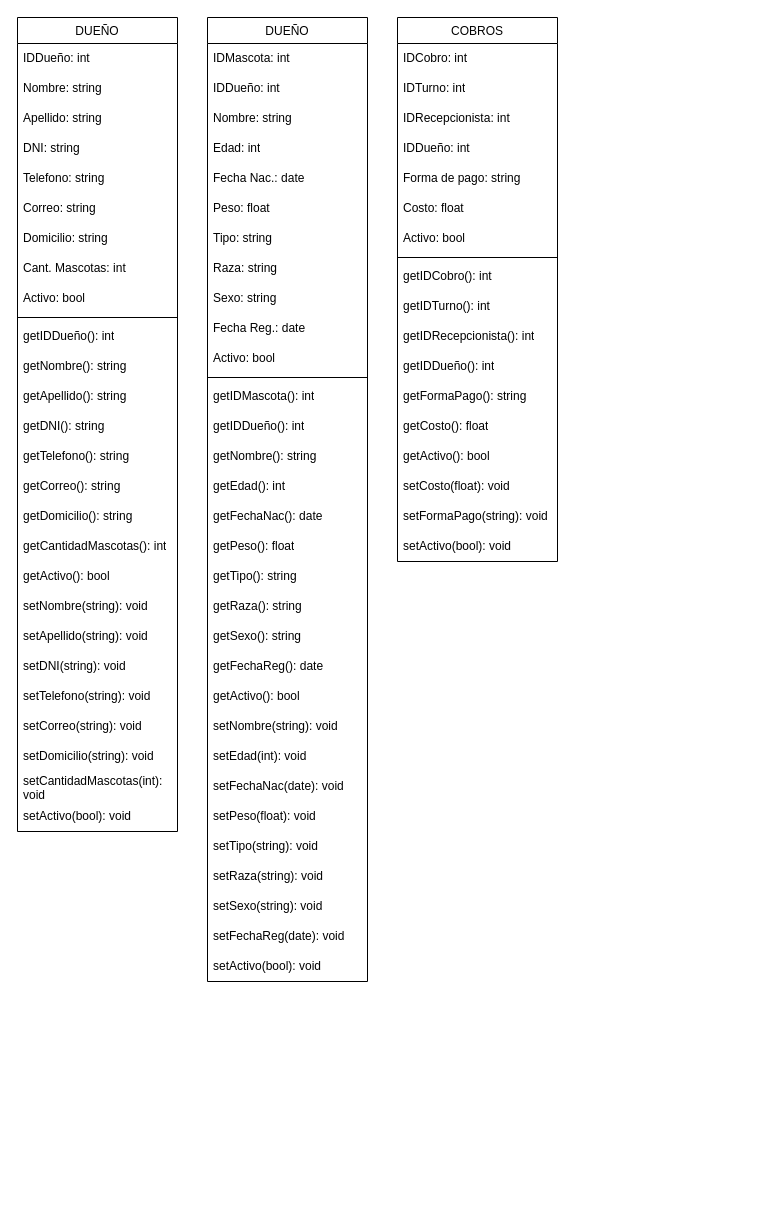
This is dominio-tp-integrador-7a.drawio from Agustinrodriguez2503/tp-integrador-equipo-7A, a draw.io file, before an edit. Source tidied: cells renumbered, new cells numbered last; positions are measured from the earlier drawing's top-left corner, leaving out a move shared by most shapes. Both pictures are drawn from the tidied source at 100%, with x=0, y=0 at pixel (17, 17).
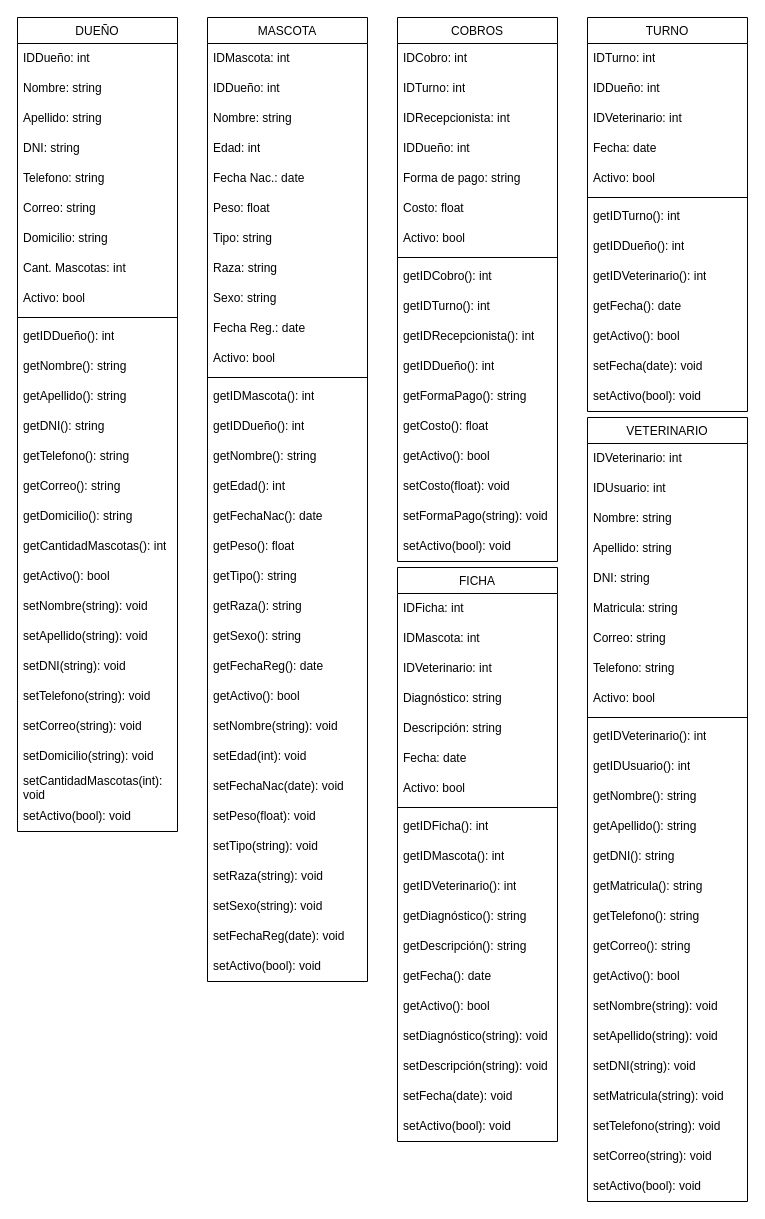
The same diagram, later.

Commit message:
clases de dominio ficha, veterinario y turno

What changed in the source:
```diff
@@
-    <mxCell id="30" value="&lt;span style=&quot;font-weight: 400;&quot;&gt;DUEÑO&lt;/span&gt;" style="swimlane;fontStyle=1;align=center;verticalAlign=top;horizontal=1;startSize=26;whiteSpace=wrap;html=1;" parent="1" vertex="1">
+    <mxCell id="30" value="&lt;span style=&quot;font-weight: 400;&quot;&gt;MASCOTA&lt;/span&gt;" style="swimlane;fontStyle=1;align=center;verticalAlign=top;horizontal=1;startSize=26;whiteSpace=wrap;html=1;" parent="1" vertex="1">
       <mxGeometry x="190" width="160" height="964" as="geometry" />
     </mxCell>
@@
+    <mxCell id="82" value="&lt;span style=&quot;font-weight: 400;&quot;&gt;TURNO&lt;/span&gt;" style="swimlane;fontStyle=1;align=center;verticalAlign=top;horizontal=1;startSize=26;whiteSpace=wrap;html=1;" parent="1" vertex="1">
+      <mxGeometry x="570" width="160" height="394" as="geometry" />
+    </mxCell>
+    <mxCell id="83" value="IDTurno: int" style="text;strokeColor=none;fillColor=none;align=left;verticalAlign=middle;spacingLeft=4;spacingRight=4;overflow=hidden;whiteSpace=wrap;html=1;" parent="82" vertex="1">
+      <mxGeometry y="26" width="160" height="30" as="geometry" />
+    </mxCell>
+    <mxCell id="84" value="IDDueño: int" style="text;strokeColor=none;fillColor=none;align=left;verticalAlign=middle;spacingLeft=4;spacingRight=4;overflow=hidden;whiteSpace=wrap;html=1;" parent="82" vertex="1">
+      <mxGeometry y="56" width="160" height="30" as="geometry" />
+    </mxCell>
+    <mxCell id="85" value="IDVeterinario: int" style="text;strokeColor=none;fillColor=none;align=left;verticalAlign=middle;spacingLeft=4;spacingRight=4;overflow=hidden;whiteSpace=wrap;html=1;" parent="82" vertex="1">
+      <mxGeometry y="86" width="160" height="30" as="geometry" />
+    </mxCell>
+    <mxCell id="86" value="Fecha: date" style="text;strokeColor=none;fillColor=none;align=left;verticalAlign=middle;spacingLeft=4;spacingRight=4;overflow=hidden;whiteSpace=wrap;html=1;" parent="82" vertex="1">
+      <mxGeometry y="116" width="160" height="30" as="geometry" />
+    </mxCell>
+    <mxCell id="87" value="Activo: bool" style="text;strokeColor=none;fillColor=none;align=left;verticalAlign=middle;spacingLeft=4;spacingRight=4;overflow=hidden;whiteSpace=wrap;html=1;" parent="82" vertex="1">
+      <mxGeometry y="146" width="160" height="30" as="geometry" />
+    </mxCell>
+    <mxCell id="88" style="line;strokeWidth=1;fillColor=none;align=left;verticalAlign=middle;spacingTop=-1;spacingLeft=3;spacingRight=3;labelPosition=right;strokeColor=inherit;" parent="82" vertex="1">
+      <mxGeometry y="176" width="160" height="8" as="geometry" />
+    </mxCell>
+    <mxCell id="89" value="getIDTurno(): int" style="text;strokeColor=none;fillColor=none;align=left;verticalAlign=middle;spacingLeft=4;spacingRight=4;overflow=hidden;whiteSpace=wrap;html=1;" parent="82" vertex="1">
+      <mxGeometry y="184" width="160" height="30" as="geometry" />
+    </mxCell>
+    <mxCell id="90" value="getIDDueño(): int" style="text;strokeColor=none;fillColor=none;align=left;verticalAlign=middle;spacingLeft=4;spacingRight=4;overflow=hidden;whiteSpace=wrap;html=1;" parent="82" vertex="1">
+      <mxGeometry y="214" width="160" height="30" as="geometry" />
+    </mxCell>
+    <mxCell id="91" value="getIDVeterinario(): int" style="text;strokeColor=none;fillColor=none;align=left;verticalAlign=middle;spacingLeft=4;spacingRight=4;overflow=hidden;whiteSpace=wrap;html=1;" parent="82" vertex="1">
+      <mxGeometry y="244" width="160" height="30" as="geometry" />
+    </mxCell>
+    <mxCell id="92" value="getFecha(): date" style="text;strokeColor=none;fillColor=none;align=left;verticalAlign=middle;spacingLeft=4;spacingRight=4;overflow=hidden;whiteSpace=wrap;html=1;" parent="82" vertex="1">
+      <mxGeometry y="274" width="160" height="30" as="geometry" />
+    </mxCell>
+    <mxCell id="93" value="getActivo(): bool" style="text;strokeColor=none;fillColor=none;align=left;verticalAlign=middle;spacingLeft=4;spacingRight=4;overflow=hidden;whiteSpace=wrap;html=1;" parent="82" vertex="1">
+      <mxGeometry y="304" width="160" height="30" as="geometry" />
+    </mxCell>
+    <mxCell id="94" value="setFecha(date): void" style="text;strokeColor=none;fillColor=none;align=left;verticalAlign=middle;spacingLeft=4;spacingRight=4;overflow=hidden;whiteSpace=wrap;html=1;" parent="82" vertex="1">
+      <mxGeometry y="334" width="160" height="30" as="geometry" />
+    </mxCell>
+    <mxCell id="95" value="setActivo(bool): void" style="text;strokeColor=none;fillColor=none;align=left;verticalAlign=middle;spacingLeft=4;spacingRight=4;overflow=hidden;whiteSpace=wrap;html=1;" parent="82" vertex="1">
+      <mxGeometry y="364" width="160" height="30" as="geometry" />
+    </mxCell>
+    <mxCell id="96" value="&lt;span style=&quot;font-weight: 400;&quot;&gt;FICHA&lt;/span&gt;" style="swimlane;fontStyle=1;align=center;verticalAlign=top;horizontal=1;startSize=26;whiteSpace=wrap;html=1;" parent="1" vertex="1">
+      <mxGeometry x="380" y="550" width="160" height="574" as="geometry" />
+    </mxCell>
+    <mxCell id="97" value="IDFicha: int" style="text;strokeColor=none;fillColor=none;align=left;verticalAlign=middle;spacingLeft=4;spacingRight=4;overflow=hidden;whiteSpace=wrap;html=1;" parent="96" vertex="1">
+      <mxGeometry y="26" width="160" height="30" as="geometry" />
+    </mxCell>
+    <mxCell id="98" value="IDMascota: int" style="text;strokeColor=none;fillColor=none;align=left;verticalAlign=middle;spacingLeft=4;spacingRight=4;overflow=hidden;whiteSpace=wrap;html=1;" parent="96" vertex="1">
+      <mxGeometry y="56" width="160" height="30" as="geometry" />
+    </mxCell>
+    <mxCell id="99" value="IDVeterinario: int" style="text;strokeColor=none;fillColor=none;align=left;verticalAlign=middle;spacingLeft=4;spacingRight=4;overflow=hidden;whiteSpace=wrap;html=1;" parent="96" vertex="1">
+      <mxGeometry y="86" width="160" height="30" as="geometry" />
+    </mxCell>
+    <mxCell id="100" value="Diagnóstico: string" style="text;strokeColor=none;fillColor=none;align=left;verticalAlign=middle;spacingLeft=4;spacingRight=4;overflow=hidden;whiteSpace=wrap;html=1;" parent="96" vertex="1">
+      <mxGeometry y="116" width="160" height="30" as="geometry" />
+    </mxCell>
+    <mxCell id="101" value="Descripción: string" style="text;strokeColor=none;fillColor=none;align=left;verticalAlign=middle;spacingLeft=4;spacingRight=4;overflow=hidden;whiteSpace=wrap;html=1;" parent="96" vertex="1">
+      <mxGeometry y="146" width="160" height="30" as="geometry" />
+    </mxCell>
+    <mxCell id="102" value="Fecha: date" style="text;strokeColor=none;fillColor=none;align=left;verticalAlign=middle;spacingLeft=4;spacingRight=4;overflow=hidden;whiteSpace=wrap;html=1;" parent="96" vertex="1">
+      <mxGeometry y="176" width="160" height="30" as="geometry" />
+    </mxCell>
+    <mxCell id="103" value="Activo: bool" style="text;strokeColor=none;fillColor=none;align=left;verticalAlign=middle;spacingLeft=4;spacingRight=4;overflow=hidden;whiteSpace=wrap;html=1;" parent="96" vertex="1">
+      <mxGeometry y="206" width="160" height="30" as="geometry" />
+    </mxCell>
+    <mxCell id="104" style="line;strokeWidth=1;fillColor=none;align=left;verticalAlign=middle;spacingTop=-1;spacingLeft=3;spacingRight=3;labelPosition=right;strokeColor=inherit;" parent="96" vertex="1">
+      <mxGeometry y="236" width="160" height="8" as="geometry" />
+    </mxCell>
+    <mxCell id="105" value="getIDFicha(): int" style="text;strokeColor=none;fillColor=none;align=left;verticalAlign=middle;spacingLeft=4;spacingRight=4;overflow=hidden;whiteSpace=wrap;html=1;" parent="96" vertex="1">
+      <mxGeometry y="244" width="160" height="30" as="geometry" />
+    </mxCell>
+    <mxCell id="106" value="getIDMascota(): int" style="text;strokeColor=none;fillColor=none;align=left;verticalAlign=middle;spacingLeft=4;spacingRight=4;overflow=hidden;whiteSpace=wrap;html=1;" parent="96" vertex="1">
+      <mxGeometry y="274" width="160" height="30" as="geometry" />
+    </mxCell>
+    <mxCell id="107" value="getIDVeterinario(): int" style="text;strokeColor=none;fillColor=none;align=left;verticalAlign=middle;spacingLeft=4;spacingRight=4;overflow=hidden;whiteSpace=wrap;html=1;" parent="96" vertex="1">
+      <mxGeometry y="304" width="160" height="30" as="geometry" />
+    </mxCell>
+    <mxCell id="108" value="getDiagnóstico(): string" style="text;strokeColor=none;fillColor=none;align=left;verticalAlign=middle;spacingLeft=4;spacingRight=4;overflow=hidden;whiteSpace=wrap;html=1;" parent="96" vertex="1">
+      <mxGeometry y="334" width="160" height="30" as="geometry" />
+    </mxCell>
+    <mxCell id="109" value="getDescripción(): string" style="text;strokeColor=none;fillColor=none;align=left;verticalAlign=middle;spacingLeft=4;spacingRight=4;overflow=hidden;whiteSpace=wrap;html=1;" parent="96" vertex="1">
+      <mxGeometry y="364" width="160" height="30" as="geometry" />
+    </mxCell>
+    <mxCell id="110" value="getFecha(): date" style="text;strokeColor=none;fillColor=none;align=left;verticalAlign=middle;spacingLeft=4;spacingRight=4;overflow=hidden;whiteSpace=wrap;html=1;" parent="96" vertex="1">
+      <mxGeometry y="394" width="160" height="30" as="geometry" />
+    </mxCell>
+    <mxCell id="111" value="getActivo&lt;span style=&quot;background-color: initial;&quot;&gt;(): bool&lt;/span&gt;" style="text;strokeColor=none;fillColor=none;align=left;verticalAlign=middle;spacingLeft=4;spacingRight=4;overflow=hidden;whiteSpace=wrap;html=1;" parent="96" vertex="1">
+      <mxGeometry y="424" width="160" height="30" as="geometry" />
+    </mxCell>
+    <mxCell id="112" value="setDiagnóstico(string): void" style="text;strokeColor=none;fillColor=none;align=left;verticalAlign=middle;spacingLeft=4;spacingRight=4;overflow=hidden;whiteSpace=wrap;html=1;" parent="96" vertex="1">
+      <mxGeometry y="454" width="160" height="30" as="geometry" />
+    </mxCell>
+    <mxCell id="113" value="setDescripción(string): void" style="text;strokeColor=none;fillColor=none;align=left;verticalAlign=middle;spacingLeft=4;spacingRight=4;overflow=hidden;whiteSpace=wrap;html=1;" parent="96" vertex="1">
+      <mxGeometry y="484" width="160" height="30" as="geometry" />
+    </mxCell>
+    <mxCell id="114" value="setFecha(date): void" style="text;strokeColor=none;fillColor=none;align=left;verticalAlign=middle;spacingLeft=4;spacingRight=4;overflow=hidden;whiteSpace=wrap;html=1;" parent="96" vertex="1">
+      <mxGeometry y="514" width="160" height="30" as="geometry" />
+    </mxCell>
+    <mxCell id="115" value="setActivo(bool): void" style="text;strokeColor=none;fillColor=none;align=left;verticalAlign=middle;spacingLeft=4;spacingRight=4;overflow=hidden;whiteSpace=wrap;html=1;" parent="96" vertex="1">
+      <mxGeometry y="544" width="160" height="30" as="geometry" />
+    </mxCell>
+    <mxCell id="116" value="&lt;span style=&quot;font-weight: 400;&quot;&gt;VETERINARIO&lt;/span&gt;" style="swimlane;fontStyle=1;align=center;verticalAlign=top;horizontal=1;startSize=26;whiteSpace=wrap;html=1;" parent="1" vertex="1">
+      <mxGeometry x="570" y="400" width="160" height="784" as="geometry" />
+    </mxCell>
+    <mxCell id="117" value="IDVeterinario: int" style="text;strokeColor=none;fillColor=none;align=left;verticalAlign=middle;spacingLeft=4;spacingRight=4;overflow=hidden;whiteSpace=wrap;html=1;" parent="116" vertex="1">
+      <mxGeometry y="26" width="160" height="30" as="geometry" />
+    </mxCell>
+    <mxCell id="118" value="IDUsuario: int" style="text;strokeColor=none;fillColor=none;align=left;verticalAlign=middle;spacingLeft=4;spacingRight=4;overflow=hidden;whiteSpace=wrap;html=1;" parent="116" vertex="1">
+      <mxGeometry y="56" width="160" height="30" as="geometry" />
+    </mxCell>
+    <mxCell id="119" value="Nombre: string" style="text;strokeColor=none;fillColor=none;align=left;verticalAlign=middle;spacingLeft=4;spacingRight=4;overflow=hidden;whiteSpace=wrap;html=1;" parent="116" vertex="1">
+      <mxGeometry y="86" width="160" height="30" as="geometry" />
+    </mxCell>
+    <mxCell id="120" value="Apellido: string" style="text;strokeColor=none;fillColor=none;align=left;verticalAlign=middle;spacingLeft=4;spacingRight=4;overflow=hidden;whiteSpace=wrap;html=1;" parent="116" vertex="1">
+      <mxGeometry y="116" width="160" height="30" as="geometry" />
+    </mxCell>
+    <mxCell id="121" value="DNI: string" style="text;strokeColor=none;fillColor=none;align=left;verticalAlign=middle;spacingLeft=4;spacingRight=4;overflow=hidden;whiteSpace=wrap;html=1;" parent="116" vertex="1">
+      <mxGeometry y="146" width="160" height="30" as="geometry" />
+    </mxCell>
+    <mxCell id="122" value="Matricula: string" style="text;strokeColor=none;fillColor=none;align=left;verticalAlign=middle;spacingLeft=4;spacingRight=4;overflow=hidden;whiteSpace=wrap;html=1;" parent="116" vertex="1">
+      <mxGeometry y="176" width="160" height="30" as="geometry" />
+    </mxCell>
+    <mxCell id="123" value="Correo: string" style="text;strokeColor=none;fillColor=none;align=left;verticalAlign=middle;spacingLeft=4;spacingRight=4;overflow=hidden;whiteSpace=wrap;html=1;" parent="116" vertex="1">
+      <mxGeometry y="206" width="160" height="30" as="geometry" />
+    </mxCell>
+    <mxCell id="124" value="Telefono: string" style="text;strokeColor=none;fillColor=none;align=left;verticalAlign=middle;spacingLeft=4;spacingRight=4;overflow=hidden;whiteSpace=wrap;html=1;" parent="116" vertex="1">
+      <mxGeometry y="236" width="160" height="30" as="geometry" />
+    </mxCell>
+    <mxCell id="125" value="Activo: bool" style="text;strokeColor=none;fillColor=none;align=left;verticalAlign=middle;spacingLeft=4;spacingRight=4;overflow=hidden;whiteSpace=wrap;html=1;" parent="116" vertex="1">
+      <mxGeometry y="266" width="160" height="30" as="geometry" />
+    </mxCell>
+    <mxCell id="126" style="line;strokeWidth=1;fillColor=none;align=left;verticalAlign=middle;spacingTop=-1;spacingLeft=3;spacingRight=3;labelPosition=right;strokeColor=inherit;" parent="116" vertex="1">
+      <mxGeometry y="296" width="160" height="8" as="geometry" />
+    </mxCell>
+    <mxCell id="127" value="getIDVeterinario(): int" style="text;strokeColor=none;fillColor=none;align=left;verticalAlign=middle;spacingLeft=4;spacingRight=4;overflow=hidden;whiteSpace=wrap;html=1;" parent="116" vertex="1">
+      <mxGeometry y="304" width="160" height="30" as="geometry" />
+    </mxCell>
+    <mxCell id="128" value="getIDUsuario(): int" style="text;strokeColor=none;fillColor=none;align=left;verticalAlign=middle;spacingLeft=4;spacingRight=4;overflow=hidden;whiteSpace=wrap;html=1;" parent="116" vertex="1">
+      <mxGeometry y="334" width="160" height="30" as="geometry" />
+    </mxCell>
+    <mxCell id="129" value="getNombre(): string" style="text;strokeColor=none;fillColor=none;align=left;verticalAlign=middle;spacingLeft=4;spacingRight=4;overflow=hidden;whiteSpace=wrap;html=1;" parent="116" vertex="1">
+      <mxGeometry y="364" width="160" height="30" as="geometry" />
+    </mxCell>
+    <mxCell id="130" value="getApellido(): string" style="text;strokeColor=none;fillColor=none;align=left;verticalAlign=middle;spacingLeft=4;spacingRight=4;overflow=hidden;whiteSpace=wrap;html=1;" parent="116" vertex="1">
+      <mxGeometry y="394" width="160" height="30" as="geometry" />
+    </mxCell>
+    <mxCell id="131" value="getDNI(): string" style="text;strokeColor=none;fillColor=none;align=left;verticalAlign=middle;spacingLeft=4;spacingRight=4;overflow=hidden;whiteSpace=wrap;html=1;" parent="116" vertex="1">
+      <mxGeometry y="424" width="160" height="30" as="geometry" />
+    </mxCell>
+    <mxCell id="132" value="getMatricula(): string" style="text;strokeColor=none;fillColor=none;align=left;verticalAlign=middle;spacingLeft=4;spacingRight=4;overflow=hidden;whiteSpace=wrap;html=1;" parent="116" vertex="1">
+      <mxGeometry y="454" width="160" height="30" as="geometry" />
+    </mxCell>
+    <mxCell id="133" value="getTelefono(): string" style="text;strokeColor=none;fillColor=none;align=left;verticalAlign=middle;spacingLeft=4;spacingRight=4;overflow=hidden;whiteSpace=wrap;html=1;" parent="116" vertex="1">
+      <mxGeometry y="484" width="160" height="30" as="geometry" />
+    </mxCell>
+    <mxCell id="134" value="getCorreo(): string" style="text;strokeColor=none;fillColor=none;align=left;verticalAlign=middle;spacingLeft=4;spacingRight=4;overflow=hidden;whiteSpace=wrap;html=1;" parent="116" vertex="1">
+      <mxGeometry y="514" width="160" height="30" as="geometry" />
+    </mxCell>
+    <mxCell id="135" value="getActivo(): bool" style="text;strokeColor=none;fillColor=none;align=left;verticalAlign=middle;spacingLeft=4;spacingRight=4;overflow=hidden;whiteSpace=wrap;html=1;" parent="116" vertex="1">
+      <mxGeometry y="544" width="160" height="30" as="geometry" />
+    </mxCell>
+    <mxCell id="136" value="setNombre(string): void" style="text;strokeColor=none;fillColor=none;align=left;verticalAlign=middle;spacingLeft=4;spacingRight=4;overflow=hidden;whiteSpace=wrap;html=1;" parent="116" vertex="1">
+      <mxGeometry y="574" width="160" height="30" as="geometry" />
+    </mxCell>
+    <mxCell id="137" value="setApellido(string): void" style="text;strokeColor=none;fillColor=none;align=left;verticalAlign=middle;spacingLeft=4;spacingRight=4;overflow=hidden;whiteSpace=wrap;html=1;" parent="116" vertex="1">
+      <mxGeometry y="604" width="160" height="30" as="geometry" />
+    </mxCell>
+    <mxCell id="138" value="setDNI(string): void" style="text;strokeColor=none;fillColor=none;align=left;verticalAlign=middle;spacingLeft=4;spacingRight=4;overflow=hidden;whiteSpace=wrap;html=1;" parent="116" vertex="1">
+      <mxGeometry y="634" width="160" height="30" as="geometry" />
+    </mxCell>
+    <mxCell id="139" value="setMatricula(string): void" style="text;strokeColor=none;fillColor=none;align=left;verticalAlign=middle;spacingLeft=4;spacingRight=4;overflow=hidden;whiteSpace=wrap;html=1;" parent="116" vertex="1">
+      <mxGeometry y="664" width="160" height="30" as="geometry" />
+    </mxCell>
+    <mxCell id="140" value="setTelefono(string): void" style="text;strokeColor=none;fillColor=none;align=left;verticalAlign=middle;spacingLeft=4;spacingRight=4;overflow=hidden;whiteSpace=wrap;html=1;" parent="116" vertex="1">
+      <mxGeometry y="694" width="160" height="30" as="geometry" />
+    </mxCell>
+    <mxCell id="141" value="setCorreo(string): void" style="text;strokeColor=none;fillColor=none;align=left;verticalAlign=middle;spacingLeft=4;spacingRight=4;overflow=hidden;whiteSpace=wrap;html=1;" parent="116" vertex="1">
+      <mxGeometry y="724" width="160" height="30" as="geometry" />
+    </mxCell>
+    <mxCell id="142" value="setActivo(bool): void" style="text;strokeColor=none;fillColor=none;align=left;verticalAlign=middle;spacingLeft=4;spacingRight=4;overflow=hidden;whiteSpace=wrap;html=1;" parent="116" vertex="1">
+      <mxGeometry y="754" width="160" height="30" as="geometry" />
+    </mxCell>
```
